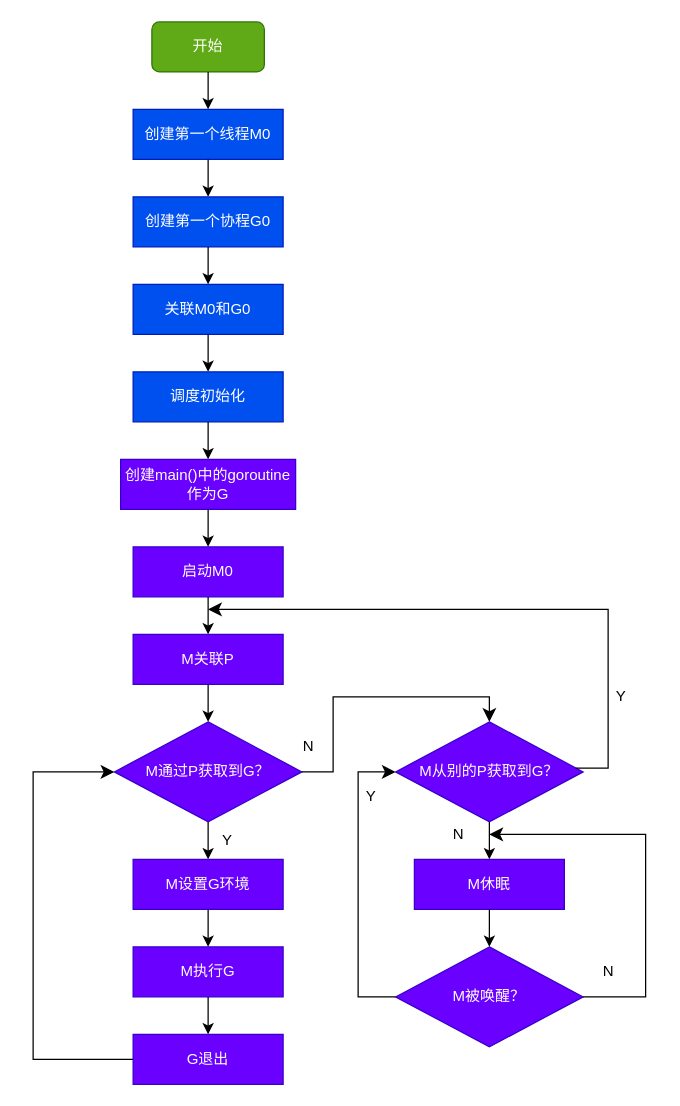
Above: DetailedExplanation/ProgramLanguage/Go/schedulerLifecycle.drawio in SolarSword/InterviewScript (draw.io), before the change. Source tidied: cells renumbered, new cells numbered last; positions are measured from the earlier drawing's top-left corner, leaving out a move shared by most shapes. Both pictures are drawn from the tidied source at 125%, with x=0, y=0 at pixel (32, 21).
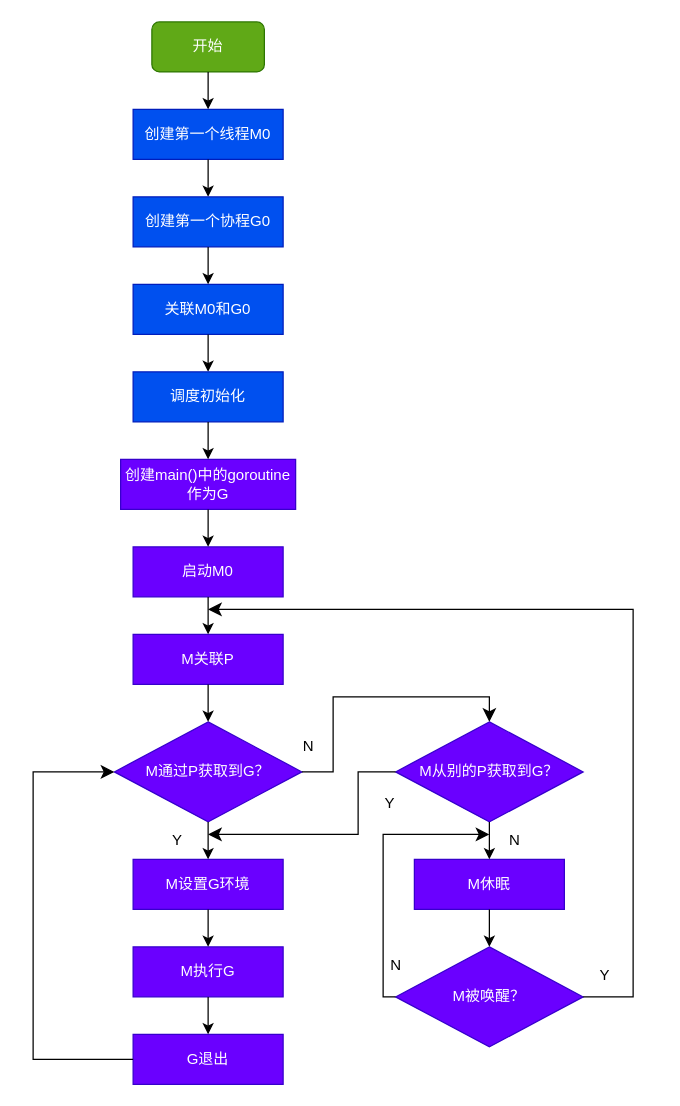
After the change.

Commit message (it also covers changes not shown here):
modify the error in the scheduler image

Unchanged cells that the change refers to:
```xml
<mxCell id="20" value="M被唤醒？" style="rhombus;whiteSpace=wrap;html=1;fillColor=#6a00ff;fontColor=#ffffff;strokeColor=#3700CC;" parent="1" vertex="1">
  <mxGeometry x="290" y="740" width="150" height="80" as="geometry" />
</mxCell>
<mxCell id="21" value="M从别的P获取到G？" style="rhombus;whiteSpace=wrap;html=1;fillColor=#6a00ff;fontColor=#ffffff;strokeColor=#3700CC;" parent="1" vertex="1">
  <mxGeometry x="290" y="560" width="150" height="80" as="geometry" />
</mxCell>
<mxCell id="24" value="M设置G环境" style="rounded=0;whiteSpace=wrap;html=1;fillColor=#6a00ff;fontColor=#ffffff;strokeColor=#3700CC;" parent="1" vertex="1">
  <mxGeometry x="80" y="670" width="120" height="40" as="geometry" />
</mxCell>
```

The edit, as a diff of the source:
```diff
@@
-    <mxCell id="32" style="edgeStyle=segmentEdgeStyle;endArrow=classic;html=1;curved=0;rounded=0;endSize=8;startSize=8;exitX=0;exitY=0.5;exitDx=0;exitDy=0;entryX=0;entryY=0.5;entryDx=0;entryDy=0;" parent="1" edge="1" source="20" target="21">
-      <mxGeometry relative="1" as="geometry">
-        <Array as="points">
-          <mxPoint x="260" y="780" />
-          <mxPoint x="260" y="600" />
-        </Array>
-      </mxGeometry>
-    </mxCell>
-    <mxCell id="33" style="edgeStyle=segmentEdgeStyle;endArrow=classic;html=1;curved=0;rounded=0;endSize=8;startSize=8;exitX=1;exitY=0.5;exitDx=0;exitDy=0;" parent="1" edge="1" source="20">
-      <mxGeometry relative="1" as="geometry">
-        <mxPoint x="365" y="650" as="targetPoint" />
-        <Array as="points">
-          <mxPoint x="490" y="780" />
-          <mxPoint x="490" y="650" />
-          <mxPoint x="370" y="650" />
-        </Array>
-      </mxGeometry>
-    </mxCell>
+    <mxCell id="41" style="edgeStyle=none;html=1;" parent="1" edge="1" source="34" target="24">
+      <mxGeometry relative="1" as="geometry" />
+    </mxCell>
     <mxCell id="34" value="Y" style="text;html=1;align=center;verticalAlign=middle;points=[];strokeColor=none;fillColor=none;" parent="1" vertex="1">
-      <mxGeometry x="140" y="640" width="30" height="30" as="geometry" />
+      <mxGeometry x="100" y="640" width="30" height="30" as="geometry" />
     </mxCell>
@@
     <mxCell id="36" value="N" style="text;html=1;align=center;verticalAlign=middle;strokeColor=none;fillColor=none;" parent="1" vertex="1">
-      <mxGeometry x="325" y="635" width="30" height="30" as="geometry" />
+      <mxGeometry x="370" y="640" width="30" height="30" as="geometry" />
     </mxCell>
     <mxCell id="37" value="Y" style="text;html=1;align=center;verticalAlign=middle;strokeColor=none;fillColor=none;" parent="1" vertex="1">
-      <mxGeometry x="255" y="605" width="30" height="30" as="geometry" />
+      <mxGeometry x="442" y="748" width="30" height="30" as="geometry" />
     </mxCell>
-    <mxCell id="38" style="edgeStyle=segmentEdgeStyle;endArrow=classic;html=1;curved=0;rounded=0;endSize=8;startSize=8;exitX=0.96;exitY=0.463;exitDx=0;exitDy=0;exitPerimeter=0;" parent="1" edge="1" source="21">
-      <mxGeometry relative="1" as="geometry">
-        <mxPoint x="140" y="470" as="targetPoint" />
-        <Array as="points">
-          <mxPoint x="460" y="597" />
-          <mxPoint x="460" y="470" />
-        </Array>
-      </mxGeometry>
-    </mxCell>
     <mxCell id="39" value="Y" style="text;html=1;align=center;verticalAlign=middle;strokeColor=none;fillColor=none;" parent="1" vertex="1">
-      <mxGeometry x="455" y="525" width="30" height="30" as="geometry" />
+      <mxGeometry x="270" y="610" width="30" height="30" as="geometry" />
     </mxCell>
     <mxCell id="40" value="N" style="text;html=1;align=center;verticalAlign=middle;strokeColor=none;fillColor=none;" parent="1" vertex="1">
-      <mxGeometry x="445" y="745" width="30" height="30" as="geometry" />
+      <mxGeometry x="275" y="740" width="30" height="30" as="geometry" />
     </mxCell>
+    <mxCell id="42" style="edgeStyle=segmentEdgeStyle;endArrow=classic;html=1;curved=0;rounded=0;endSize=8;startSize=8;exitX=0;exitY=0.5;exitDx=0;exitDy=0;" parent="1" edge="1" source="21">
+      <mxGeometry relative="1" as="geometry">
+        <mxPoint x="140" y="650" as="targetPoint" />
+        <Array as="points">
+          <mxPoint x="260" y="600" />
+          <mxPoint x="260" y="650" />
+          <mxPoint x="150" y="650" />
+        </Array>
+      </mxGeometry>
+    </mxCell>
+    <mxCell id="43" style="edgeStyle=segmentEdgeStyle;endArrow=classic;html=1;curved=0;rounded=0;endSize=8;startSize=8;exitX=0;exitY=0.5;exitDx=0;exitDy=0;" parent="1" edge="1" source="20">
+      <mxGeometry relative="1" as="geometry">
+        <mxPoint x="365" y="650" as="targetPoint" />
+        <Array as="points">
+          <mxPoint x="280" y="780" />
+          <mxPoint x="280" y="650" />
+        </Array>
+      </mxGeometry>
+    </mxCell>
+    <mxCell id="44" style="edgeStyle=segmentEdgeStyle;endArrow=classic;html=1;curved=0;rounded=0;endSize=8;startSize=8;exitX=1;exitY=0.5;exitDx=0;exitDy=0;" parent="1" edge="1" source="20">
+      <mxGeometry relative="1" as="geometry">
+        <mxPoint x="140" y="470" as="targetPoint" />
+        <Array as="points">
+          <mxPoint x="480" y="780" />
+          <mxPoint x="480" y="470" />
+          <mxPoint x="370" y="470" />
+        </Array>
+      </mxGeometry>
+    </mxCell>
```
